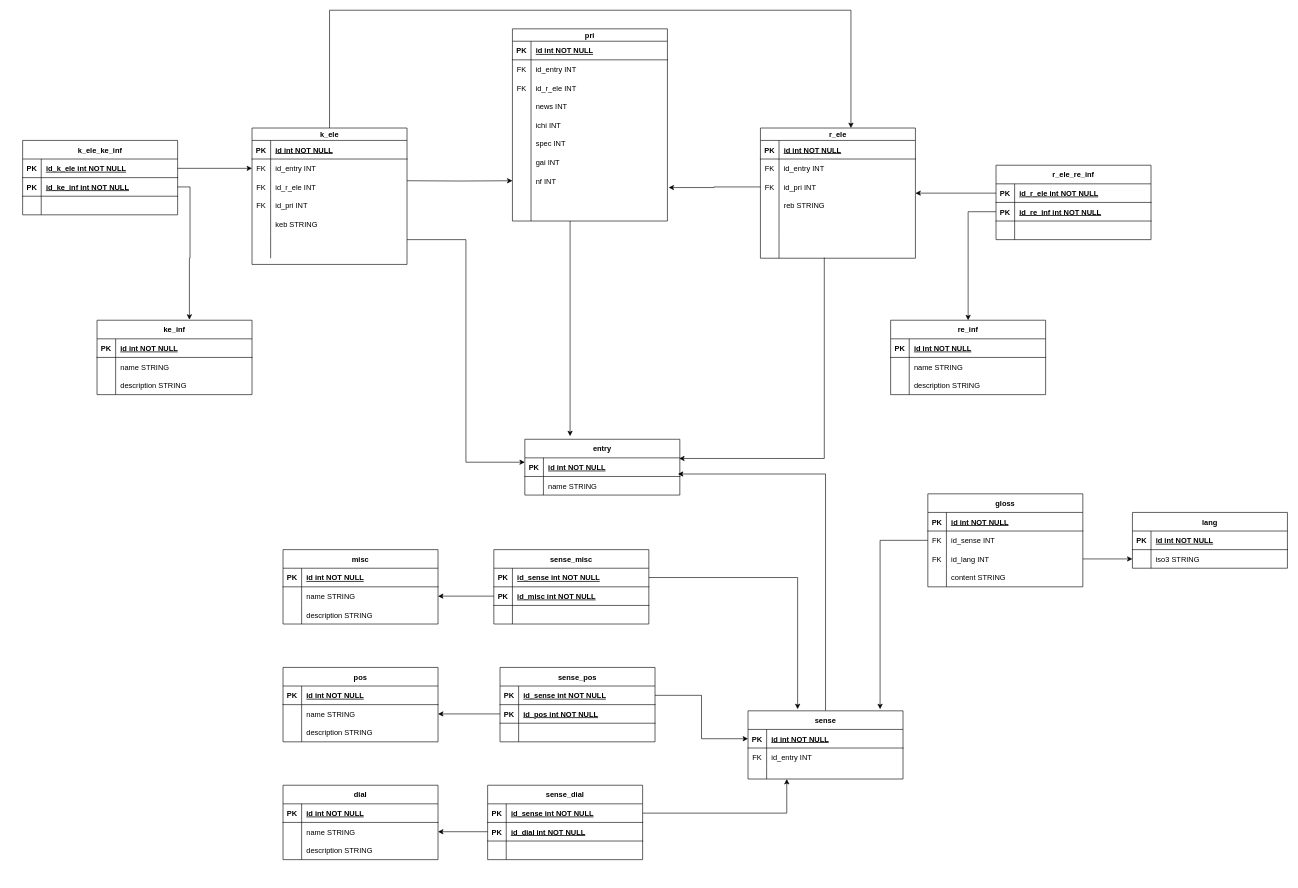
This is doc/ER_expression.drawio from odrevet/edict_database, a draw.io file, before an edit. Source tidied: cells renumbered, new cells numbered last; positions are measured from the earlier drawing's top-left corner, leaving out a move shared by most shapes. Both pictures are drawn from the tidied source at 62%, with x=0, y=0 at pixel (22, 10).
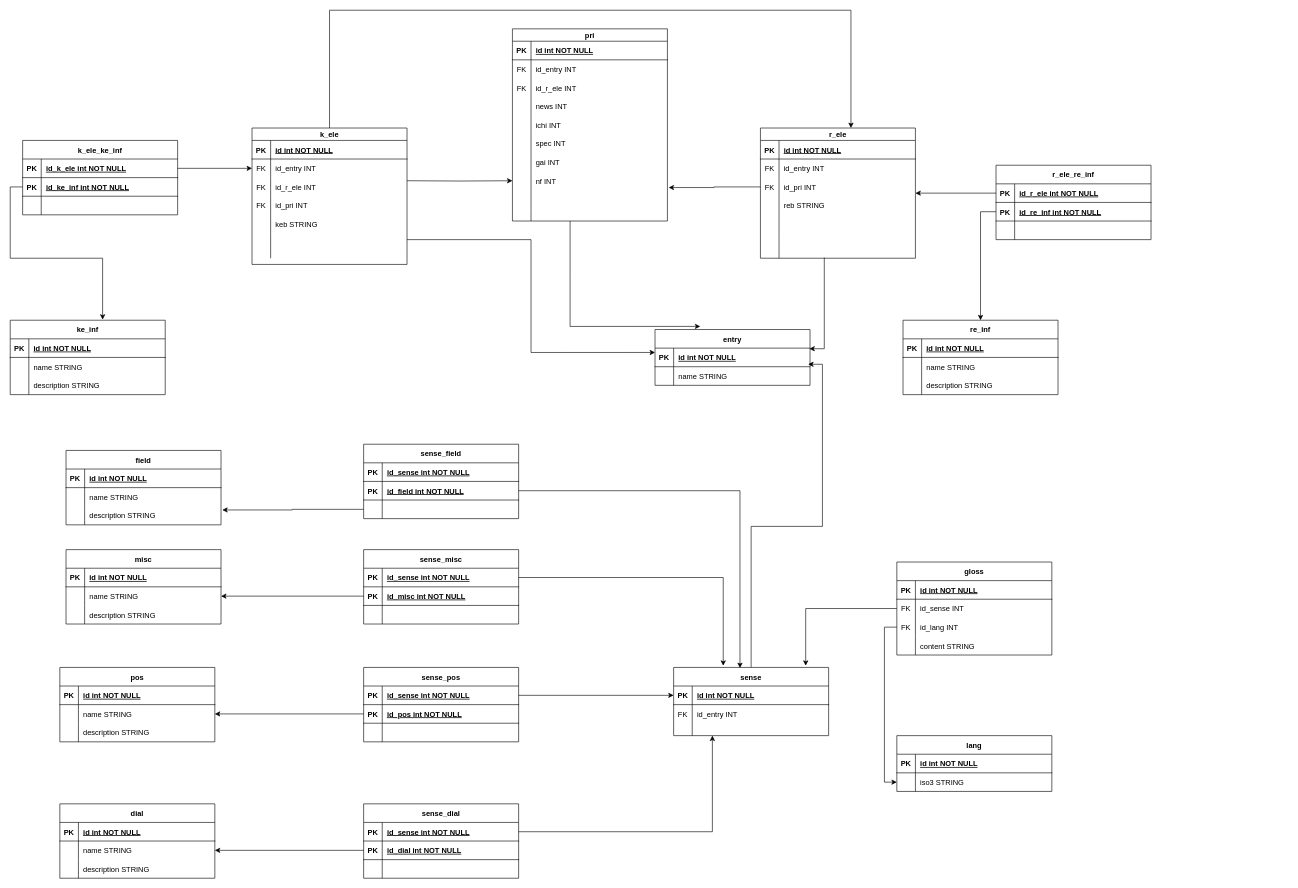
After the change.

Commit message (it also covers changes not shown here):
update doc (field table on ER)

What changed in the source:
```diff
@@
     <mxCell id="2" value="dial" style="shape=table;startSize=30;childLayout=tableLayout;rowLines=0;fontStyle=1;align=center;" parent="1" vertex="1">
-      <mxGeometry x="420" y="1250" width="250" height="120" as="geometry" />
+      <mxGeometry x="60" y="1280" width="250" height="120" as="geometry" />
     </mxCell>
@@
     <mxCell id="12" value="entry" style="shape=table;startSize=30;childLayout=tableLayout;rowLines=0;fontStyle=1;align=center;" parent="1" vertex="1">
-      <mxGeometry x="810" y="692" width="250" height="90" as="geometry" />
+      <mxGeometry x="1020" y="515" width="250" height="90" as="geometry" />
     </mxCell>
@@
     <mxCell id="19" value="gloss" style="shape=table;startSize=30;childLayout=tableLayout;rowLines=0;fontStyle=1;align=center;" parent="1" vertex="1">
-      <mxGeometry x="1460" y="780" width="250" height="150" as="geometry" />
+      <mxGeometry x="1410" y="890" width="250" height="150" as="geometry" />
     </mxCell>
@@
     <mxCell id="65" value="ke_inf" style="shape=table;startSize=30;childLayout=tableLayout;rowLines=0;fontStyle=1;align=center;" parent="1" vertex="1">
-      <mxGeometry x="120" y="500" width="250" height="120" as="geometry" />
+      <mxGeometry x="-20" y="500" width="250" height="120" as="geometry" />
     </mxCell>
@@
     <mxCell id="75" value="lang" style="shape=table;startSize=30;childLayout=tableLayout;rowLines=0;fontStyle=1;align=center;" parent="1" vertex="1">
-      <mxGeometry x="1790" y="810" width="250" height="90" as="geometry" />
+      <mxGeometry x="1410" y="1170" width="250" height="90" as="geometry" />
     </mxCell>
@@
     <mxCell id="82" value="misc" style="shape=table;startSize=30;childLayout=tableLayout;rowLines=0;fontStyle=1;align=center;" parent="1" vertex="1">
-      <mxGeometry x="420" y="870" width="250" height="120" as="geometry" />
+      <mxGeometry x="70" y="870" width="250" height="120" as="geometry" />
     </mxCell>
@@
     <mxCell id="92" value="pos" style="shape=table;startSize=30;childLayout=tableLayout;rowLines=0;fontStyle=1;align=center;" parent="1" vertex="1">
-      <mxGeometry x="420" y="1060" width="250" height="120" as="geometry" />
+      <mxGeometry x="60" y="1060" width="250" height="120" as="geometry" />
     </mxCell>
@@
     <mxCell id="166" value="re_inf" style="shape=table;startSize=30;childLayout=tableLayout;rowLines=0;fontStyle=1;align=center;" parent="1" vertex="1">
-      <mxGeometry x="1400" y="500" width="250" height="120" as="geometry" />
+      <mxGeometry x="1420" y="500" width="250" height="120" as="geometry" />
     </mxCell>
@@
     <mxCell id="177" value="sense" style="shape=table;startSize=30;childLayout=tableLayout;rowLines=0;fontStyle=1;align=center;" parent="1" vertex="1">
-      <mxGeometry x="1170" y="1130" width="250" height="110" as="geometry" />
+      <mxGeometry x="1050" y="1060" width="250" height="110" as="geometry" />
     </mxCell>
@@
     <mxCell id="187" value="sense_dial" style="shape=table;startSize=30;childLayout=tableLayout;rowLines=0;fontStyle=1;align=center;" parent="1" vertex="1">
-      <mxGeometry x="750" y="1250" width="250" height="120" as="geometry" />
+      <mxGeometry x="550" y="1280" width="250" height="120" as="geometry" />
     </mxCell>
@@
     <mxCell id="197" value="sense_misc" style="shape=table;startSize=30;childLayout=tableLayout;rowLines=0;fontStyle=1;align=center;" parent="1" vertex="1">
-      <mxGeometry x="760" y="870" width="250" height="120" as="geometry" />
+      <mxGeometry x="550" y="870" width="250" height="120" as="geometry" />
     </mxCell>
@@
     <mxCell id="207" value="sense_pos" style="shape=table;startSize=30;childLayout=tableLayout;rowLines=0;fontStyle=1;align=center;" parent="1" vertex="1">
-      <mxGeometry x="770" y="1060" width="250" height="120" as="geometry" />
+      <mxGeometry x="550" y="1060" width="250" height="120" as="geometry" />
     </mxCell>
@@
+    <mxCell id="233" value="field" style="shape=table;startSize=30;childLayout=tableLayout;rowLines=0;fontStyle=1;align=center;" parent="1" vertex="1">
+      <mxGeometry x="70" y="710" width="250" height="120" as="geometry" />
+    </mxCell>
+    <mxCell id="234" style="shape=partialRectangle;fillColor=none;top=0;left=0;right=0;bottom=1;" parent="233" vertex="1">
+      <mxGeometry y="30" width="250" height="30" as="geometry" />
+    </mxCell>
+    <mxCell id="235" value="PK" style="shape=partialRectangle;overflow=hidden;fillColor=none;top=0;left=0;bottom=0;right=0;fontStyle=1;" parent="234" vertex="1">
+      <mxGeometry width="30" height="30" as="geometry" />
+    </mxCell>
+    <mxCell id="236" value="id int NOT NULL " style="shape=partialRectangle;overflow=hidden;fillColor=none;top=0;left=0;bottom=0;right=0;align=left;spacingLeft=6;fontStyle=5;" parent="234" vertex="1">
+      <mxGeometry x="30" width="220" height="30" as="geometry" />
+    </mxCell>
+    <mxCell id="237" style="shape=partialRectangle;fillColor=none;top=0;left=0;right=0;bottom=0;" parent="233" vertex="1">
+      <mxGeometry y="60" width="250" height="30" as="geometry" />
+    </mxCell>
+    <mxCell id="238" style="shape=partialRectangle;overflow=hidden;fillColor=none;top=0;left=0;bottom=0;right=0;" parent="237" vertex="1">
+      <mxGeometry width="30" height="30" as="geometry" />
+    </mxCell>
+    <mxCell id="239" value="name STRING" style="shape=partialRectangle;overflow=hidden;fillColor=none;top=0;left=0;bottom=0;right=0;align=left;spacingLeft=6;" parent="237" vertex="1">
+      <mxGeometry x="30" width="220" height="30" as="geometry" />
+    </mxCell>
+    <mxCell id="240" style="shape=partialRectangle;fillColor=none;points=[[0,0.5],[1,0.5]];portConstraint=eastwest;top=0;left=0;right=0;bottom=0;" parent="233" vertex="1">
+      <mxGeometry y="90" width="250" height="30" as="geometry" />
+    </mxCell>
+    <mxCell id="241" style="shape=partialRectangle;overflow=hidden;fillColor=none;top=0;left=0;bottom=0;right=0;" parent="240" vertex="1">
+      <mxGeometry width="30" height="30" as="geometry" />
+    </mxCell>
+    <mxCell id="242" value="description STRING" style="shape=partialRectangle;overflow=hidden;fillColor=none;top=0;left=0;bottom=0;right=0;align=left;spacingLeft=6;" parent="240" vertex="1">
+      <mxGeometry x="30" width="220" height="30" as="geometry" />
+    </mxCell>
+    <mxCell id="243" value="sense_field" style="shape=table;startSize=30;childLayout=tableLayout;rowLines=0;fontStyle=1;align=center;" parent="1" vertex="1">
+      <mxGeometry x="550" y="700" width="250" height="120" as="geometry" />
+    </mxCell>
+    <mxCell id="244" style="shape=partialRectangle;fillColor=none;top=0;left=0;right=0;bottom=1;" parent="243" vertex="1">
+      <mxGeometry y="30" width="250" height="30" as="geometry" />
+    </mxCell>
+    <mxCell id="245" value="PK" style="shape=partialRectangle;overflow=hidden;fillColor=none;top=0;left=0;bottom=0;right=0;fontStyle=1;" parent="244" vertex="1">
+      <mxGeometry width="30" height="30" as="geometry" />
+    </mxCell>
+    <mxCell id="246" value="id_sense int NOT NULL " style="shape=partialRectangle;overflow=hidden;fillColor=none;top=0;left=0;bottom=0;right=0;align=left;spacingLeft=6;fontStyle=5;" parent="244" vertex="1">
+      <mxGeometry x="30" width="220" height="30" as="geometry" />
+    </mxCell>
+    <mxCell id="247" style="shape=partialRectangle;fillColor=none;points=[[0,0.5],[1,0.5]];portConstraint=eastwest;top=0;left=0;right=0;bottom=1;" parent="243" vertex="1">
+      <mxGeometry y="60" width="250" height="30" as="geometry" />
+    </mxCell>
+    <mxCell id="248" value="PK" style="shape=partialRectangle;overflow=hidden;fillColor=none;top=0;left=0;bottom=0;right=0;fontStyle=1;" parent="247" vertex="1">
+      <mxGeometry width="30" height="30" as="geometry" />
+    </mxCell>
+    <mxCell id="249" value="id_field int NOT NULL " style="shape=partialRectangle;overflow=hidden;fillColor=none;top=0;left=0;bottom=0;right=0;align=left;spacingLeft=6;fontStyle=5;" parent="247" vertex="1">
+      <mxGeometry x="30" width="220" height="30" as="geometry" />
+    </mxCell>
+    <mxCell id="250" style="shape=partialRectangle;fillColor=none;points=[[0,0.5],[1,0.5]];portConstraint=eastwest;top=0;left=0;right=0;bottom=0;" parent="243" vertex="1">
+      <mxGeometry y="90" width="250" height="30" as="geometry" />
+    </mxCell>
+    <mxCell id="251" style="shape=partialRectangle;overflow=hidden;fillColor=none;top=0;left=0;bottom=0;right=0;" parent="250" vertex="1">
+      <mxGeometry width="30" height="30" as="geometry" />
+    </mxCell>
+    <mxCell id="252" style="shape=partialRectangle;overflow=hidden;fillColor=none;top=0;left=0;bottom=0;right=0;align=left;spacingLeft=6;" parent="250" vertex="1">
+      <mxGeometry x="30" width="220" height="30" as="geometry" />
+    </mxCell>
+    <mxCell id="253" style="edgeStyle=orthogonalEdgeStyle;rounded=0;jettySize=auto;html=1;entryX=0.428;entryY=0.009;entryDx=0;entryDy=0;entryPerimeter=0;" parent="1" edge="1" source="247" target="177">
+      <mxGeometry relative="1" as="geometry" />
+    </mxCell>
+    <mxCell id="254" style="edgeStyle=orthogonalEdgeStyle;rounded=0;jettySize=auto;html=1;entryX=1.008;entryY=0.2;entryDx=0;entryDy=0;entryPerimeter=0;" parent="1" edge="1" source="250" target="240">
+      <mxGeometry relative="1" as="geometry" />
+    </mxCell>
```
